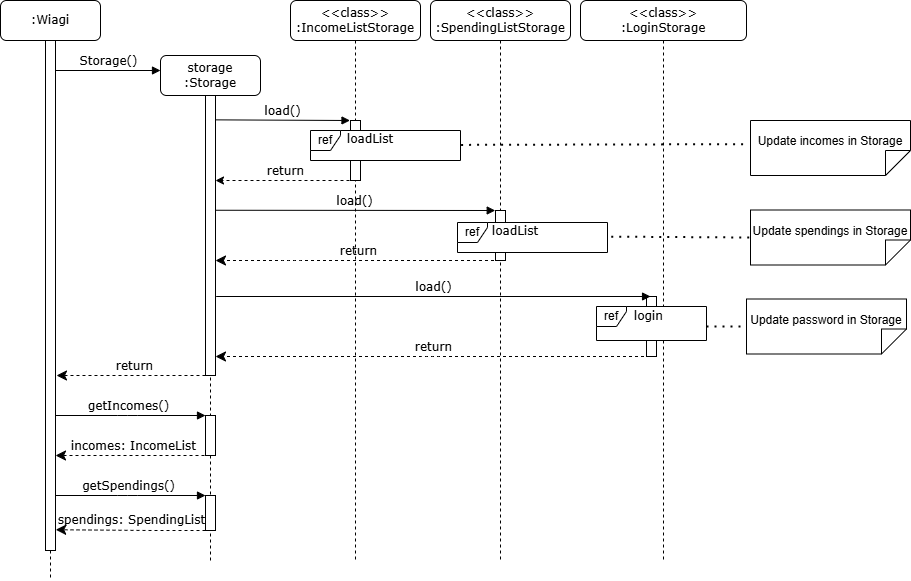
wongwh2002/CS2113TeamProject keeps this draw.io diagram as docs/Diagrams/Storage/loadStorageSD.png. Above is the earlier version. Source tidied: cells renumbered, new cells last; positions are measured from the earlier drawing's top-left corner, leaving out a move shared by most shapes.
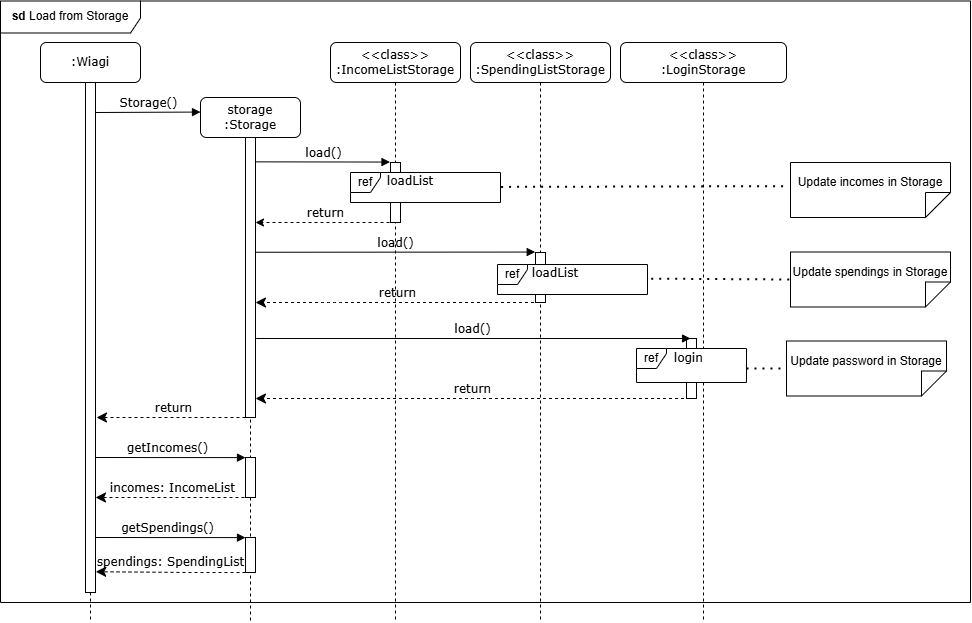
Above is the later version.

Change to the diagram source:
```diff
@@ -3,7 +3,7 @@
     <mxCell id="0" />
     <mxCell id="1" parent="0" />
     <mxCell id="2" value="&lt;div&gt;storage&lt;/div&gt;:Storage" style="shape=umlLifeline;perimeter=lifelinePerimeter;whiteSpace=wrap;html=1;rounded=1;shadow=0;comic=0;labelBackgroundColor=none;strokeWidth=1;fontFamily=Verdana;fontSize=12;align=center;" parent="1" vertex="1">
-      <mxGeometry x="160" y="55" width="100" height="505" as="geometry" />
+      <mxGeometry x="160" y="55" width="100" height="525" as="geometry" />
     </mxCell>
     <mxCell id="3" style="html=1;perimeter=orthogonalPerimeter;rounded=0;shadow=0;comic=0;labelBackgroundColor=none;strokeWidth=1;fontFamily=Verdana;fontSize=12;align=center;" parent="2" vertex="1">
       <mxGeometry x="45" y="40" width="10" height="280" as="geometry" />
@@ -67,7 +67,7 @@
       </mxGeometry>
     </mxCell>
     <mxCell id="12" value="&amp;lt;&amp;lt;class&amp;gt;&amp;gt;&lt;br&gt;:IncomeListStorage" style="shape=umlLifeline;perimeter=lifelinePerimeter;whiteSpace=wrap;html=1;rounded=1;shadow=0;comic=0;labelBackgroundColor=none;strokeWidth=1;fontFamily=Verdana;fontSize=12;align=center;" parent="1" vertex="1">
-      <mxGeometry x="290" width="130" height="560" as="geometry" />
+      <mxGeometry x="290" width="130" height="580" as="geometry" />
     </mxCell>
     <mxCell id="13" style="html=1;perimeter=orthogonalPerimeter;rounded=0;shadow=0;comic=0;labelBackgroundColor=none;strokeWidth=1;fontFamily=Verdana;fontSize=12;align=center;" parent="12" vertex="1">
       <mxGeometry x="60" y="120" width="10" height="60" as="geometry" />
@@ -101,7 +101,7 @@
       </mxGeometry>
     </mxCell>
     <mxCell id="20" value="&amp;lt;&amp;lt;class&amp;gt;&amp;gt;&lt;br&gt;:SpendingListStorage" style="shape=umlLifeline;perimeter=lifelinePerimeter;whiteSpace=wrap;html=1;rounded=1;shadow=0;comic=0;labelBackgroundColor=none;strokeWidth=1;fontFamily=Verdana;fontSize=12;align=center;" parent="1" vertex="1">
-      <mxGeometry x="430" width="140" height="560" as="geometry" />
+      <mxGeometry x="430" width="140" height="580" as="geometry" />
     </mxCell>
     <mxCell id="21" style="html=1;perimeter=orthogonalPerimeter;rounded=0;shadow=0;comic=0;labelBackgroundColor=none;strokeWidth=1;fontFamily=Verdana;fontSize=12;align=center;" parent="20" vertex="1">
       <mxGeometry x="65" y="210" width="10" height="50" as="geometry" />
@@ -113,7 +113,7 @@
       <mxGeometry x="60" y="217" width="70" height="20" as="geometry" />
     </mxCell>
     <mxCell id="24" value="&amp;lt;&amp;lt;class&amp;gt;&amp;gt;&lt;br&gt;:LoginStorage" style="shape=umlLifeline;perimeter=lifelinePerimeter;whiteSpace=wrap;html=1;rounded=1;shadow=0;comic=0;labelBackgroundColor=none;strokeWidth=1;fontFamily=Verdana;fontSize=12;align=center;" parent="1" vertex="1">
-      <mxGeometry x="580" width="166" height="560" as="geometry" />
+      <mxGeometry x="580" width="166" height="580" as="geometry" />
     </mxCell>
     <mxCell id="25" style="html=1;perimeter=orthogonalPerimeter;rounded=0;shadow=0;comic=0;labelBackgroundColor=none;strokeWidth=1;fontFamily=Verdana;fontSize=12;align=center;" parent="24" vertex="1">
       <mxGeometry x="66" y="296" width="10" height="60" as="geometry" />
@@ -179,5 +179,8 @@
     <mxCell id="38" value="&lt;div style=&quot;text-align: center;&quot;&gt;&lt;span style=&quot;background-color: initial; text-wrap-mode: nowrap;&quot;&gt;&lt;font face=&quot;Verdana&quot;&gt;login&lt;/font&gt;&lt;/span&gt;&lt;/div&gt;" style="text;whiteSpace=wrap;html=1;" parent="1" vertex="1">
       <mxGeometry x="632" y="302" width="70" height="20" as="geometry" />
     </mxCell>
+    <mxCell id="39" value="&lt;b&gt;sd&lt;/b&gt; Load from Storage" style="shape=umlFrame;whiteSpace=wrap;html=1;width=140;height=32;" parent="1" vertex="1">
+      <mxGeometry x="-40" y="-41.5" width="970" height="601.5" as="geometry" />
+    </mxCell>
   </root>
 </mxGraphModel>
```
